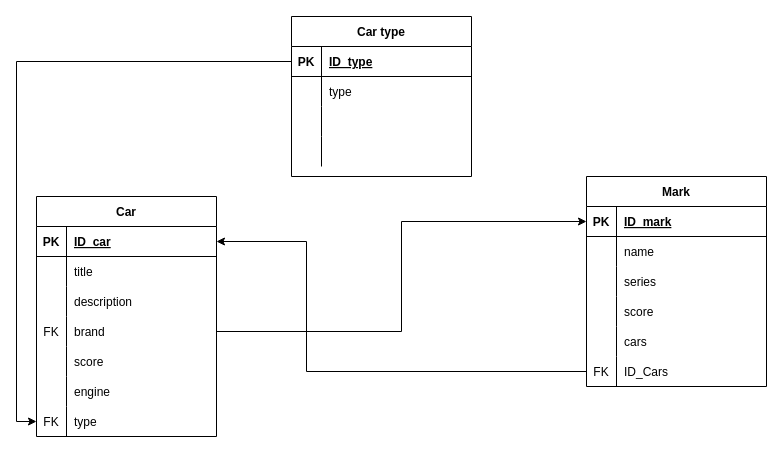
Before: Diagram/Diagram.drawio in Cazacu-Condrat-Dumitru/PPW2, a draw.io diagram. Source tidied: cells renumbered, new cells numbered last; positions are measured from the earlier drawing's top-left corner, leaving out a move shared by most shapes. Both pictures are drawn from the tidied source at 100%, with x=0, y=0 at pixel (36, 16).
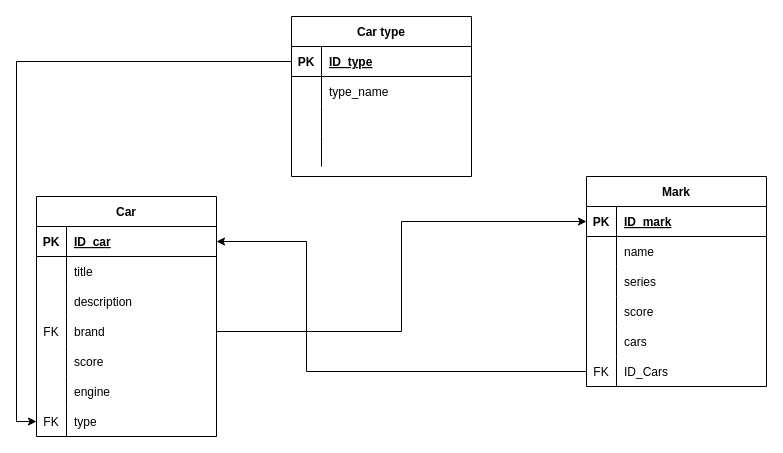
Above is the later version.

Unchanged cells that the change refers to:
```xml
<mxCell id="6" style="shape=tableRow;horizontal=0;startSize=0;swimlaneHead=0;swimlaneBody=0;fillColor=none;top=0;left=0;right=0;bottom=0;" parent="2" vertex="1">
  <mxGeometry y="60" width="180" height="30" as="geometry" />
</mxCell>
```

The edit, as a diff of the source:
```diff
@@
-    <mxCell id="8" value="type" style="shape=partialRectangle;fillColor=none;top=0;left=0;bottom=0;right=0;align=left;spacingLeft=6;overflow=hidden;" parent="6" vertex="1">
+    <mxCell id="8" value="type_name" style="shape=partialRectangle;fillColor=none;top=0;left=0;bottom=0;right=0;align=left;spacingLeft=6;overflow=hidden;" parent="6" vertex="1">
       <mxGeometry x="30" width="150" height="30" as="geometry" />
     </mxCell>
```
